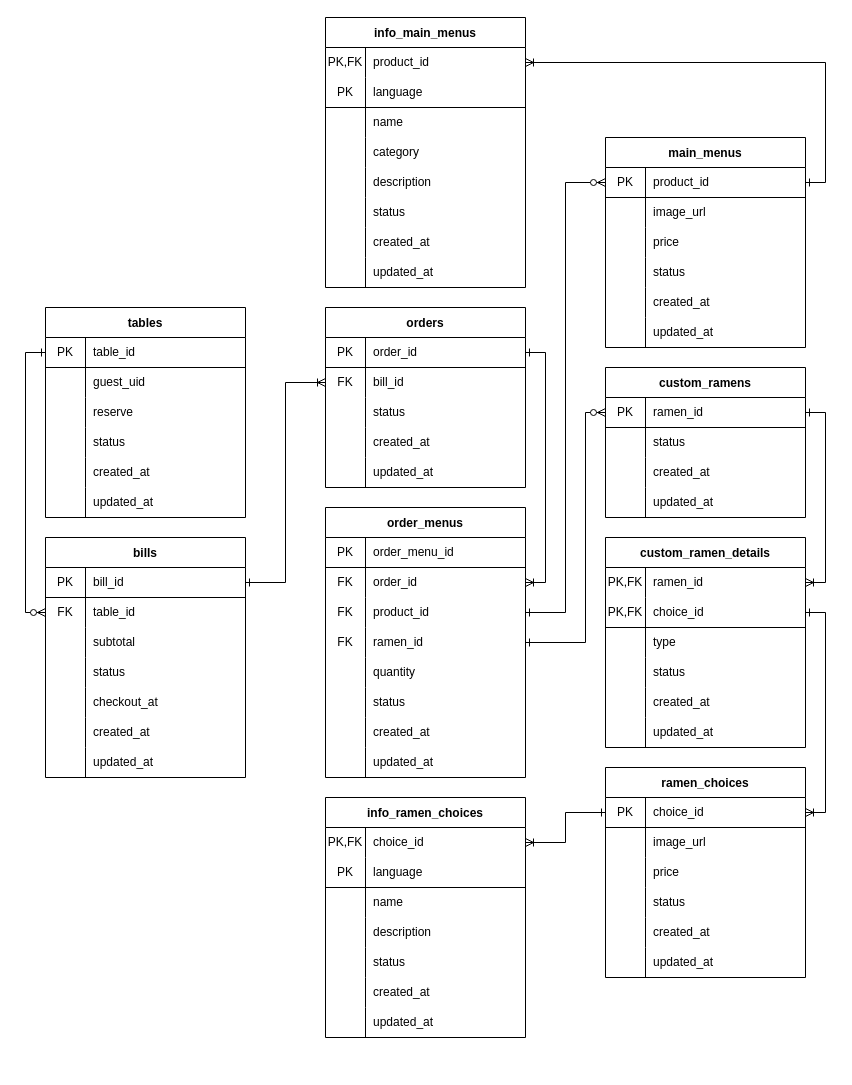
Before: page "ER Diagram" (1 of 2) of Document/Design Diagram.drawio in PiriyaDEV/harihari-ramen, a draw.io diagram. Source tidied: cells renumbered, new cells numbered last; positions are measured from the earlier drawing's top-left corner, leaving out a move shared by most shapes. Both pictures are drawn from the tidied source at 100%, with x=0, y=0 at pixel (45, 17).
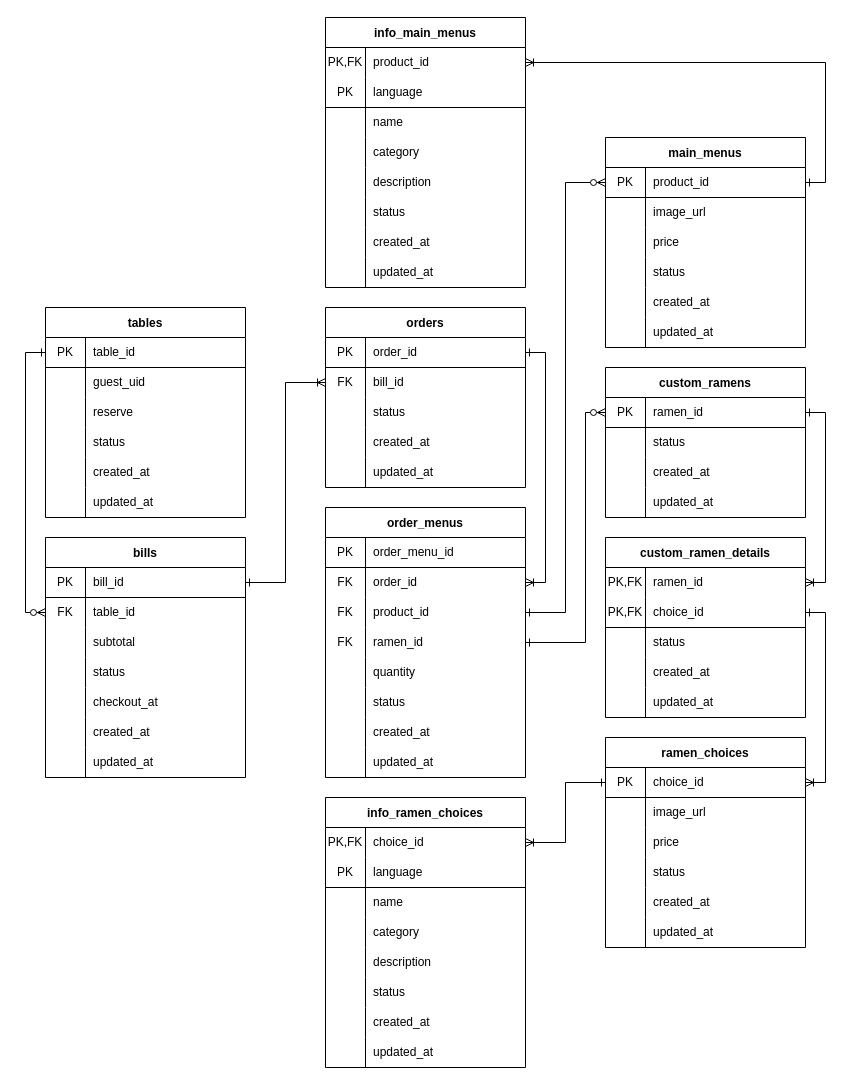
The same diagram, later.

Commit message:
Move type of choice to info table

The change refers to these unchanged cells:
```xml
<mxCell id="22" style="shape=partialRectangle;html=1;whiteSpace=wrap;fillColor=none;top=0;left=0;bottom=1;right=0;points=[[0,0.5],[1,0.5]];portConstraint=eastwest;" parent="21" vertex="1">
  <mxGeometry y="30" width="200" height="30" as="geometry" />
</mxCell>
<mxCell id="144" style="shape=partialRectangle;html=1;whiteSpace=wrap;fillColor=none;top=0;left=0;bottom=1;right=0;points=[[0,0.5],[1,0.5]];portConstraint=eastwest;" parent="140" vertex="1">
  <mxGeometry y="60" width="200" height="30" as="geometry" />
</mxCell>
<mxCell id="189" style="shape=partialRectangle;html=1;whiteSpace=wrap;fillColor=none;top=0;left=0;bottom=0;right=0;points=[[0,0.5],[1,0.5]];portConstraint=eastwest;" parent="188" vertex="1">
  <mxGeometry y="30" width="200" height="30" as="geometry" />
</mxCell>
```

Diff of the diagram source:
```diff
@@
     <mxCell id="21" value="ramen_choices" style="shape=table;startSize=30;childLayout=tableLayout;rowLines=0;fontStyle=1;align=center;" parent="1" vertex="1">
-      <mxGeometry x="560" y="750" width="200" height="210" as="geometry" />
+      <mxGeometry x="560" y="720" width="200" height="210" as="geometry" />
     </mxCell>
@@
     <mxCell id="140" value="custom_ramen_details" style="shape=table;startSize=30;childLayout=tableLayout;rowLines=0;fontStyle=1;align=center;" parent="1" vertex="1">
-      <mxGeometry x="560" y="520" width="200" height="210" as="geometry" />
+      <mxGeometry x="560" y="520" width="200" height="180" as="geometry" />
     </mxCell>
@@
-    <mxCell id="147" style="shape=partialRectangle;html=1;whiteSpace=wrap;fillColor=none;top=0;left=0;bottom=0;right=0;" parent="140" vertex="1">
-      <mxGeometry y="90" width="200" height="30" as="geometry" />
-    </mxCell>
-    <mxCell id="148" style="shape=partialRectangle;html=1;whiteSpace=wrap;fillColor=none;top=0;left=0;bottom=0;right=0;overflow=hidden;" parent="147" vertex="1">
-      <mxGeometry width="40" height="30" as="geometry" />
-    </mxCell>
-    <mxCell id="149" value="type" style="shape=partialRectangle;html=1;whiteSpace=wrap;fillColor=none;top=0;left=0;bottom=0;right=0;align=left;spacingLeft=6;overflow=hidden;" parent="147" vertex="1">
-      <mxGeometry x="40" width="160" height="30" as="geometry" />
-    </mxCell>
     <mxCell id="150" style="shape=partialRectangle;html=1;whiteSpace=wrap;fillColor=none;top=0;left=0;bottom=0;right=0;" parent="140" vertex="1">
-      <mxGeometry y="120" width="200" height="30" as="geometry" />
+      <mxGeometry y="90" width="200" height="30" as="geometry" />
     </mxCell>
@@
     <mxCell id="153" style="shape=partialRectangle;html=1;whiteSpace=wrap;fillColor=none;top=0;left=0;bottom=0;right=0;" parent="140" vertex="1">
-      <mxGeometry y="150" width="200" height="30" as="geometry" />
+      <mxGeometry y="120" width="200" height="30" as="geometry" />
     </mxCell>
@@
     <mxCell id="156" style="shape=partialRectangle;html=1;whiteSpace=wrap;fillColor=none;top=0;left=0;bottom=0;right=0;" parent="140" vertex="1">
-      <mxGeometry y="180" width="200" height="30" as="geometry" />
+      <mxGeometry y="150" width="200" height="30" as="geometry" />
     </mxCell>
@@
     <mxCell id="159" style="edgeStyle=orthogonalEdgeStyle;rounded=0;jettySize=auto;html=1;endArrow=ERoneToMany;endFill=0;startArrow=ERone;startFill=0;exitX=1;exitY=0.5;exitDx=0;exitDy=0;entryX=1;entryY=0.5;entryDx=0;entryDy=0;" parent="1" edge="1" source="144" target="22">
       <mxGeometry relative="1" as="geometry">
         <Array as="points">
           <mxPoint x="780" y="595" />
-          <mxPoint x="780" y="795" />
+          <mxPoint x="780" y="765" />
         </Array>
       </mxGeometry>
     </mxCell>
@@
     <mxCell id="162" style="edgeStyle=orthogonalEdgeStyle;rounded=0;jettySize=auto;html=1;entryX=1;entryY=0.5;entryDx=0;entryDy=0;startArrow=ERone;startFill=0;endArrow=ERoneToMany;endFill=0;exitX=0;exitY=0.5;exitDx=0;exitDy=0;" parent="1" edge="1" source="22" target="189">
       <mxGeometry relative="1" as="geometry">
         <Array as="points">
-          <mxPoint x="520" y="795" />
+          <mxPoint x="520" y="765" />
           <mxPoint x="520" y="825" />
         </Array>
       </mxGeometry>
     </mxCell>
@@
     <mxCell id="188" value="info_ramen_choices" style="shape=table;startSize=30;childLayout=tableLayout;rowLines=0;fontStyle=1;align=center;" parent="1" vertex="1">
-      <mxGeometry x="280" y="780" width="200" height="240" as="geometry" />
+      <mxGeometry x="280" y="780" width="200" height="270" as="geometry" />
     </mxCell>
@@
+    <mxCell id="210" style="shape=partialRectangle;html=1;whiteSpace=wrap;fillColor=none;top=0;left=0;bottom=0;right=0;" parent="188" vertex="1">
+      <mxGeometry y="120" width="200" height="30" as="geometry" />
+    </mxCell>
+    <mxCell id="148" style="shape=partialRectangle;html=1;whiteSpace=wrap;fillColor=none;top=0;left=0;bottom=0;right=0;overflow=hidden;" parent="210" vertex="1">
+      <mxGeometry width="40" height="30" as="geometry" />
+    </mxCell>
+    <mxCell id="211" value="category" style="shape=partialRectangle;html=1;whiteSpace=wrap;fillColor=none;top=0;left=0;bottom=0;right=0;align=left;spacingLeft=6;overflow=hidden;" parent="210" vertex="1">
+      <mxGeometry x="40" width="160" height="30" as="geometry" />
+    </mxCell>
     <mxCell id="198" style="shape=partialRectangle;html=1;whiteSpace=wrap;fillColor=none;top=0;left=0;bottom=0;right=0;" parent="188" vertex="1">
-      <mxGeometry y="120" width="200" height="30" as="geometry" />
+      <mxGeometry y="150" width="200" height="30" as="geometry" />
     </mxCell>
@@
     <mxCell id="201" style="shape=partialRectangle;html=1;whiteSpace=wrap;fillColor=none;top=0;left=0;bottom=0;right=0;" parent="188" vertex="1">
-      <mxGeometry y="150" width="200" height="30" as="geometry" />
+      <mxGeometry y="180" width="200" height="30" as="geometry" />
     </mxCell>
@@
     <mxCell id="204" style="shape=partialRectangle;html=1;whiteSpace=wrap;fillColor=none;top=0;left=0;bottom=0;right=0;" parent="188" vertex="1">
-      <mxGeometry y="180" width="200" height="30" as="geometry" />
+      <mxGeometry y="210" width="200" height="30" as="geometry" />
     </mxCell>
@@
     <mxCell id="207" style="shape=partialRectangle;html=1;whiteSpace=wrap;fillColor=none;top=0;left=0;bottom=0;right=0;" parent="188" vertex="1">
-      <mxGeometry y="210" width="200" height="30" as="geometry" />
+      <mxGeometry y="240" width="200" height="30" as="geometry" />
     </mxCell>
```
